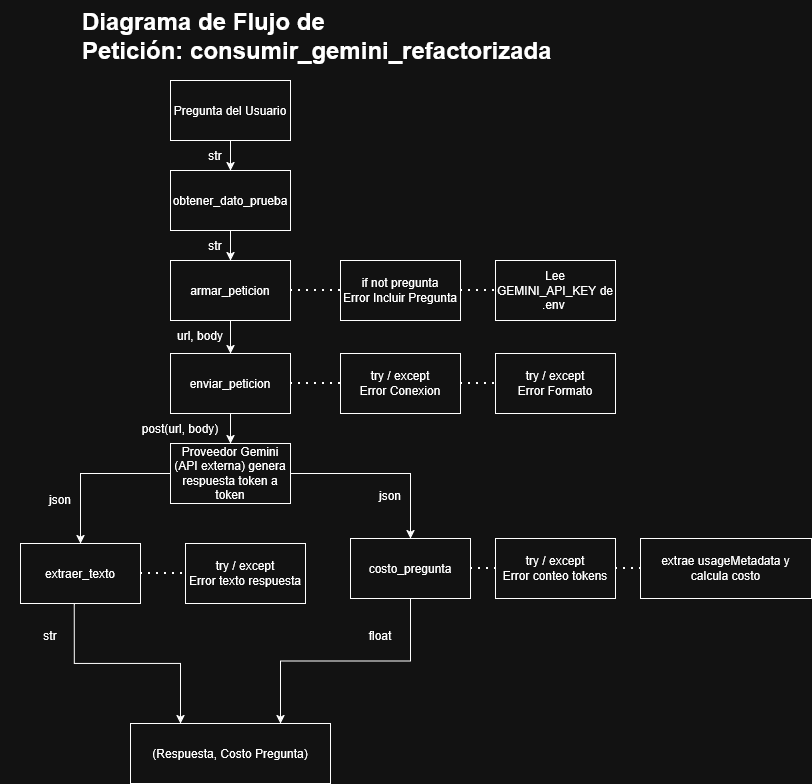
Earlier version of the draw.io export docs/diagrama_flujo.drawio.png (pjgutier-source/IA_Accenture). Source tidied: cells renumbered, new cells last; positions are measured from the earlier drawing's top-left corner, leaving out a move shared by most shapes. Source of this version:
```xml
<mxGraphModel>
  <root>
    <mxCell id="0" />
    <mxCell id="1" parent="0" />
    <mxCell id="2" style="edgeStyle=orthogonalEdgeStyle;rounded=0;jettySize=auto;html=1;defaultLabelBackgroundColor=gap;" parent="1" edge="1" source="3" target="5">
      <mxGeometry relative="1" as="geometry" />
    </mxCell>
    <mxCell id="3" value="armar_peticion" style="rounded=0;whiteSpace=wrap;html=1;" parent="1" vertex="1">
      <mxGeometry x="170" y="260" width="120" height="60" as="geometry" />
    </mxCell>
    <mxCell id="4" style="edgeStyle=orthogonalEdgeStyle;rounded=0;jettySize=auto;html=1;defaultLabelBackgroundColor=gap;" parent="1" edge="1" source="5" target="19">
      <mxGeometry relative="1" as="geometry" />
    </mxCell>
    <mxCell id="5" value="enviar_peticion" style="rounded=0;whiteSpace=wrap;html=1;" parent="1" vertex="1">
      <mxGeometry x="170" y="353" width="120" height="60" as="geometry" />
    </mxCell>
    <mxCell id="6" style="edgeStyle=orthogonalEdgeStyle;rounded=0;jettySize=auto;html=1;defaultLabelBackgroundColor=gap;entryX=0.25;entryY=0;entryDx=0;entryDy=0;exitX=0.448;exitY=1.014;exitDx=0;exitDy=0;exitPerimeter=0;" parent="1" edge="1" source="7" target="13">
      <mxGeometry x="0.22" relative="1" as="geometry" />
    </mxCell>
    <mxCell id="7" value="extraer_texto" style="rounded=0;whiteSpace=wrap;html=1;" parent="1" vertex="1">
      <mxGeometry x="20" y="543" width="120" height="60" as="geometry" />
    </mxCell>
    <mxCell id="8" value="costo_pregunta" style="rounded=0;whiteSpace=wrap;html=1;" parent="1" vertex="1">
      <mxGeometry x="350" y="538" width="120" height="60" as="geometry" />
    </mxCell>
    <mxCell id="9" style="edgeStyle=orthogonalEdgeStyle;rounded=0;jettySize=auto;html=1;defaultLabelBackgroundColor=gap;" parent="1" edge="1" source="10" target="3">
      <mxGeometry relative="1" as="geometry" />
    </mxCell>
    <mxCell id="10" value="obtener_dato_prueba" style="rounded=0;whiteSpace=wrap;html=1;" parent="1" vertex="1">
      <mxGeometry x="170" y="170" width="120" height="60" as="geometry" />
    </mxCell>
    <mxCell id="11" style="edgeStyle=orthogonalEdgeStyle;rounded=0;jettySize=auto;html=1;defaultLabelBackgroundColor=gap;" parent="1" edge="1" source="12" target="10">
      <mxGeometry relative="1" as="geometry" />
    </mxCell>
    <mxCell id="12" value="Pregunta del Usuario" style="rounded=0;whiteSpace=wrap;html=1;" parent="1" vertex="1">
      <mxGeometry x="170" y="80" width="120" height="60" as="geometry" />
    </mxCell>
    <mxCell id="13" value="(Respuesta, Costo Pregunta)" style="rounded=0;whiteSpace=wrap;html=1;" parent="1" vertex="1">
      <mxGeometry x="130" y="723" width="200" height="60" as="geometry" />
    </mxCell>
    <mxCell id="14" value="Lee GEMINI_API_KEY de .env&amp;nbsp;" style="rounded=0;whiteSpace=wrap;html=1;" parent="1" vertex="1">
      <mxGeometry x="495" y="260" width="120" height="60" as="geometry" />
    </mxCell>
    <mxCell id="15" value="&lt;div&gt;try / except&lt;/div&gt;&lt;div&gt;Error Conexion&lt;/div&gt;" style="rounded=0;whiteSpace=wrap;html=1;" parent="1" vertex="1">
      <mxGeometry x="340" y="353" width="120" height="60" as="geometry" />
    </mxCell>
    <mxCell id="16" value="extrae usageMetadata y calcula costo" style="rounded=0;whiteSpace=wrap;html=1;" parent="1" vertex="1">
      <mxGeometry x="640" y="538" width="171" height="60" as="geometry" />
    </mxCell>
    <mxCell id="17" style="edgeStyle=orthogonalEdgeStyle;rounded=0;jettySize=auto;html=1;defaultLabelBackgroundColor=gap;" parent="1" edge="1" source="19" target="7">
      <mxGeometry relative="1" as="geometry" />
    </mxCell>
    <mxCell id="18" style="edgeStyle=orthogonalEdgeStyle;rounded=0;jettySize=auto;html=1;defaultLabelBackgroundColor=gap;entryX=0.5;entryY=0;entryDx=0;entryDy=0;" parent="1" edge="1" source="19" target="8">
      <mxGeometry x="-0.57" relative="1" as="geometry" />
    </mxCell>
    <mxCell id="19" value="Proveedor Gemini (API externa) genera respuesta token a token" style="rounded=0;whiteSpace=wrap;html=1;" parent="1" vertex="1">
      <mxGeometry x="170" y="443" width="120" height="60" as="geometry" />
    </mxCell>
    <mxCell id="20" value="&lt;h1 style=&quot;margin-top: 0px;&quot;&gt;Diagrama de Flujo de Petición:&amp;nbsp;consumir_gemini_refactorizada&lt;/h1&gt;" style="text;html=1;whiteSpace=wrap;overflow=hidden;rounded=0;" parent="1" vertex="1">
      <mxGeometry x="80" width="482" height="120" as="geometry" />
    </mxCell>
    <mxCell id="21" style="endArrow=none;dashed=1;html=1;dashPattern=1 3;strokeWidth=2;rounded=0;defaultLabelBackgroundColor=gap;entryX=0;entryY=0.5;entryDx=0;entryDy=0;exitX=1;exitY=0.5;exitDx=0;exitDy=0;" parent="1" edge="1" source="3" target="22">
      <mxGeometry relative="1" as="geometry" />
    </mxCell>
    <mxCell id="22" value="&lt;div&gt;if not pregunta&lt;/div&gt;&lt;div&gt;Error Incluir Pregunta&lt;/div&gt;" style="rounded=0;whiteSpace=wrap;html=1;" parent="1" vertex="1">
      <mxGeometry x="340" y="260" width="120" height="60" as="geometry" />
    </mxCell>
    <mxCell id="23" style="endArrow=none;dashed=1;html=1;dashPattern=1 3;strokeWidth=2;rounded=0;defaultLabelBackgroundColor=gap;entryX=0;entryY=0.5;entryDx=0;entryDy=0;exitX=1;exitY=0.5;exitDx=0;exitDy=0;" parent="1" edge="1" source="22" target="14">
      <mxGeometry relative="1" as="geometry" />
    </mxCell>
    <mxCell id="24" style="endArrow=none;dashed=1;html=1;dashPattern=1 3;strokeWidth=2;rounded=0;defaultLabelBackgroundColor=gap;" parent="1" edge="1" target="15">
      <mxGeometry relative="1" as="geometry">
        <mxPoint x="290" y="383" as="sourcePoint" />
      </mxGeometry>
    </mxCell>
    <mxCell id="25" value="&lt;div&gt;try / except&lt;/div&gt;&lt;div&gt;Error Formato&lt;/div&gt;" style="rounded=0;whiteSpace=wrap;html=1;" parent="1" vertex="1">
      <mxGeometry x="495" y="353" width="120" height="60" as="geometry" />
    </mxCell>
    <mxCell id="26" style="endArrow=none;dashed=1;html=1;dashPattern=1 3;strokeWidth=2;rounded=0;defaultLabelBackgroundColor=gap;exitX=1;exitY=0.5;exitDx=0;exitDy=0;entryX=0;entryY=0.5;entryDx=0;entryDy=0;" parent="1" edge="1" source="15" target="25">
      <mxGeometry relative="1" as="geometry" />
    </mxCell>
    <mxCell id="27" style="endArrow=none;dashed=1;html=1;dashPattern=1 3;strokeWidth=2;rounded=0;defaultLabelBackgroundColor=gap;exitX=1;exitY=0.5;exitDx=0;exitDy=0;entryX=0;entryY=0.5;entryDx=0;entryDy=0;" parent="1" edge="1" source="8" target="28">
      <mxGeometry relative="1" as="geometry" />
    </mxCell>
    <mxCell id="28" value="&lt;div&gt;try / except&lt;/div&gt;&lt;div&gt;Error conteo tokens&lt;/div&gt;" style="rounded=0;whiteSpace=wrap;html=1;" parent="1" vertex="1">
      <mxGeometry x="495" y="538" width="120" height="60" as="geometry" />
    </mxCell>
    <mxCell id="29" style="endArrow=none;dashed=1;html=1;dashPattern=1 3;strokeWidth=2;rounded=0;defaultLabelBackgroundColor=gap;exitX=1;exitY=0.5;exitDx=0;exitDy=0;entryX=0;entryY=0.5;entryDx=0;entryDy=0;" parent="1" edge="1" source="28" target="16">
      <mxGeometry relative="1" as="geometry" />
    </mxCell>
    <mxCell id="30" value="&lt;div&gt;try / except&lt;/div&gt;&lt;div&gt;Error texto respuesta&lt;/div&gt;" style="rounded=0;whiteSpace=wrap;html=1;" parent="1" vertex="1">
      <mxGeometry x="185" y="543" width="120" height="60" as="geometry" />
    </mxCell>
    <mxCell id="31" style="endArrow=none;dashed=1;html=1;dashPattern=1 3;strokeWidth=2;rounded=0;defaultLabelBackgroundColor=gap;exitX=1;exitY=0.5;exitDx=0;exitDy=0;entryX=0;entryY=0.5;entryDx=0;entryDy=0;" parent="1" edge="1" source="7" target="30">
      <mxGeometry relative="1" as="geometry" />
    </mxCell>
    <mxCell id="32" value="str" style="text;html=1;whiteSpace=wrap;strokeColor=none;fillColor=none;align=center;verticalAlign=middle;rounded=0;" parent="1" vertex="1">
      <mxGeometry x="210" y="140" width="10" height="30" as="geometry" />
    </mxCell>
    <mxCell id="33" value="str" style="text;html=1;whiteSpace=wrap;strokeColor=none;fillColor=none;align=center;verticalAlign=middle;rounded=0;" parent="1" vertex="1">
      <mxGeometry x="185" y="230" width="60" height="30" as="geometry" />
    </mxCell>
    <mxCell id="34" value="url, body" style="text;html=1;whiteSpace=wrap;strokeColor=none;fillColor=none;align=center;verticalAlign=middle;rounded=0;" parent="1" vertex="1">
      <mxGeometry x="170" y="320" width="60" height="30" as="geometry" />
    </mxCell>
    <mxCell id="35" value="post(url, body)" style="text;html=1;whiteSpace=wrap;strokeColor=none;fillColor=none;align=center;verticalAlign=middle;rounded=0;" parent="1" vertex="1">
      <mxGeometry x="130" y="413" width="100" height="30" as="geometry" />
    </mxCell>
    <mxCell id="36" value="json" style="text;html=1;whiteSpace=wrap;strokeColor=none;fillColor=none;align=center;verticalAlign=middle;rounded=0;" parent="1" vertex="1">
      <mxGeometry x="10" y="484" width="100" height="30" as="geometry" />
    </mxCell>
    <mxCell id="37" value="str" style="text;html=1;whiteSpace=wrap;strokeColor=none;fillColor=none;align=center;verticalAlign=middle;rounded=0;" parent="1" vertex="1">
      <mxGeometry y="620" width="100" height="30" as="geometry" />
    </mxCell>
    <mxCell id="38" value="json" style="text;html=1;whiteSpace=wrap;strokeColor=none;fillColor=none;align=center;verticalAlign=middle;rounded=0;" parent="1" vertex="1">
      <mxGeometry x="340" y="480" width="100" height="30" as="geometry" />
    </mxCell>
    <mxCell id="39" style="edgeStyle=orthogonalEdgeStyle;rounded=0;jettySize=auto;html=1;defaultLabelBackgroundColor=gap;entryX=0.75;entryY=0;entryDx=0;entryDy=0;exitX=0.5;exitY=1;exitDx=0;exitDy=0;" parent="1" edge="1" source="8" target="13">
      <mxGeometry x="0.39" relative="1" as="geometry" />
    </mxCell>
    <mxCell id="40" value="float" style="text;html=1;whiteSpace=wrap;strokeColor=none;fillColor=none;align=center;verticalAlign=middle;rounded=0;" parent="1" vertex="1">
      <mxGeometry x="330" y="620" width="100" height="30" as="geometry" />
    </mxCell>
  </root>
</mxGraphModel>
```
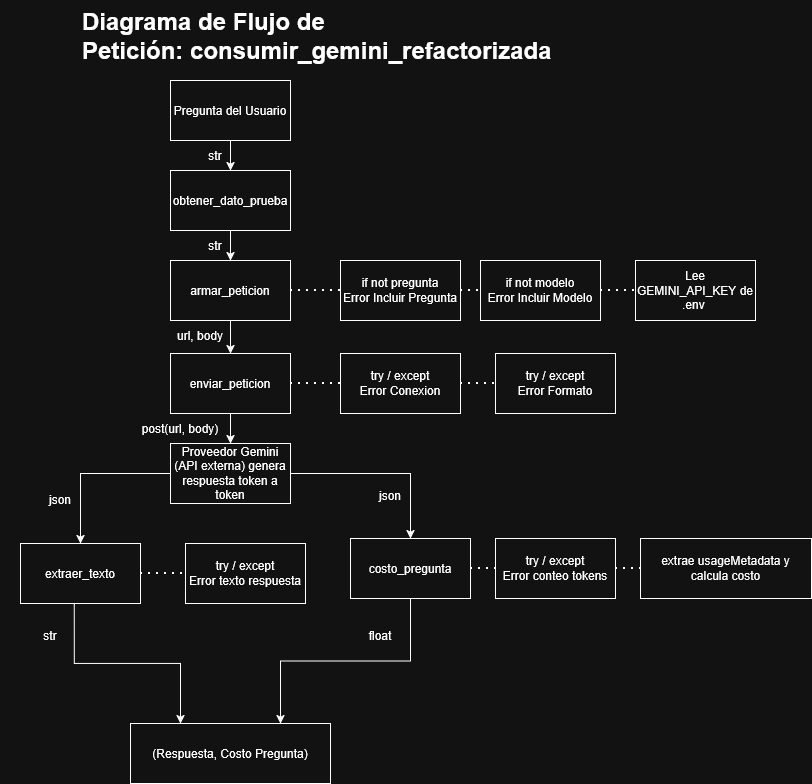
Above is the later version.

Change to the diagram source:
```diff
@@ -39,7 +39,7 @@
       <mxGeometry x="130" y="723" width="200" height="60" as="geometry" />
     </mxCell>
     <mxCell id="14" value="Lee GEMINI_API_KEY de .env&amp;nbsp;" style="rounded=0;whiteSpace=wrap;html=1;" parent="1" vertex="1">
-      <mxGeometry x="495" y="260" width="120" height="60" as="geometry" />
+      <mxGeometry x="635" y="260" width="120" height="60" as="geometry" />
     </mxCell>
     <mxCell id="15" value="&lt;div&gt;try / except&lt;/div&gt;&lt;div&gt;Error Conexion&lt;/div&gt;" style="rounded=0;whiteSpace=wrap;html=1;" parent="1" vertex="1">
       <mxGeometry x="340" y="353" width="120" height="60" as="geometry" />
@@ -65,7 +65,7 @@
     <mxCell id="22" value="&lt;div&gt;if not pregunta&lt;/div&gt;&lt;div&gt;Error Incluir Pregunta&lt;/div&gt;" style="rounded=0;whiteSpace=wrap;html=1;" parent="1" vertex="1">
       <mxGeometry x="340" y="260" width="120" height="60" as="geometry" />
     </mxCell>
-    <mxCell id="23" style="endArrow=none;dashed=1;html=1;dashPattern=1 3;strokeWidth=2;rounded=0;defaultLabelBackgroundColor=gap;entryX=0;entryY=0.5;entryDx=0;entryDy=0;exitX=1;exitY=0.5;exitDx=0;exitDy=0;" parent="1" edge="1" source="22" target="14">
+    <mxCell id="23" style="endArrow=none;dashed=1;html=1;dashPattern=1 3;strokeWidth=2;rounded=0;defaultLabelBackgroundColor=gap;entryX=0;entryY=0.5;entryDx=0;entryDy=0;exitX=1;exitY=0.5;exitDx=0;exitDy=0;" parent="1" edge="1" source="41" target="14">
       <mxGeometry relative="1" as="geometry" />
     </mxCell>
     <mxCell id="24" style="endArrow=none;dashed=1;html=1;dashPattern=1 3;strokeWidth=2;rounded=0;defaultLabelBackgroundColor=gap;" parent="1" edge="1" target="15">
@@ -121,5 +121,11 @@
     <mxCell id="40" value="float" style="text;html=1;whiteSpace=wrap;strokeColor=none;fillColor=none;align=center;verticalAlign=middle;rounded=0;" parent="1" vertex="1">
       <mxGeometry x="330" y="620" width="100" height="30" as="geometry" />
     </mxCell>
+    <mxCell id="41" value="&lt;div&gt;if not modelo&lt;/div&gt;&lt;div&gt;Error Incluir Modelo&lt;/div&gt;" style="rounded=0;whiteSpace=wrap;html=1;" parent="1" vertex="1">
+      <mxGeometry x="480" y="260" width="120" height="60" as="geometry" />
+    </mxCell>
+    <mxCell id="42" style="endArrow=none;dashed=1;html=1;dashPattern=1 3;strokeWidth=2;rounded=0;defaultLabelBackgroundColor=gap;exitX=1;exitY=0.5;exitDx=0;exitDy=0;" parent="1" edge="1" source="22" target="41">
+      <mxGeometry relative="1" as="geometry" />
+    </mxCell>
   </root>
 </mxGraphModel>
```
